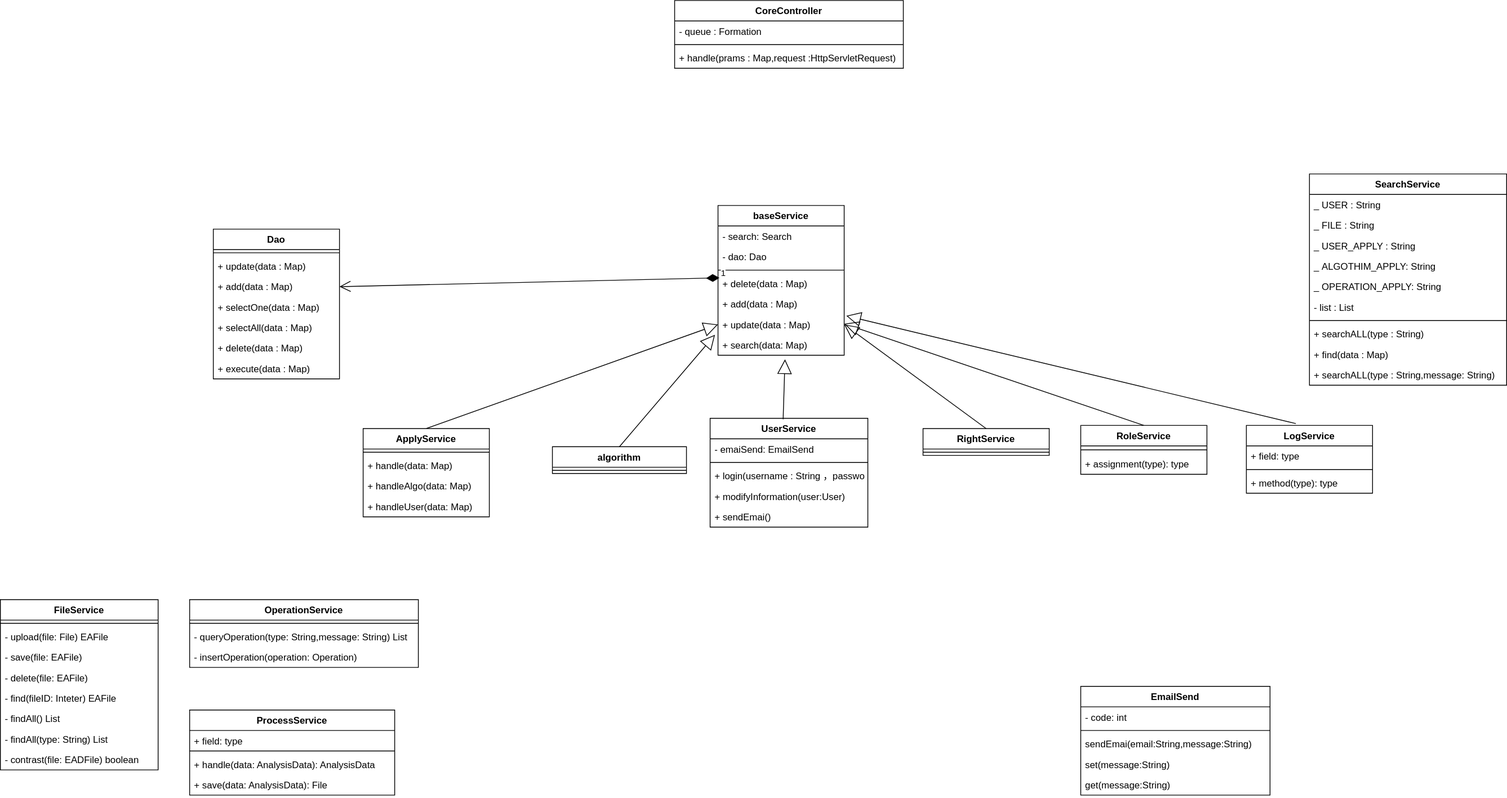
Above: structure.svg in JDsen99/UML (draw.io), before the change. Source tidied: cells renumbered, new cells last; positions are measured from the earlier drawing's top-left corner, leaving out a move shared by most shapes.
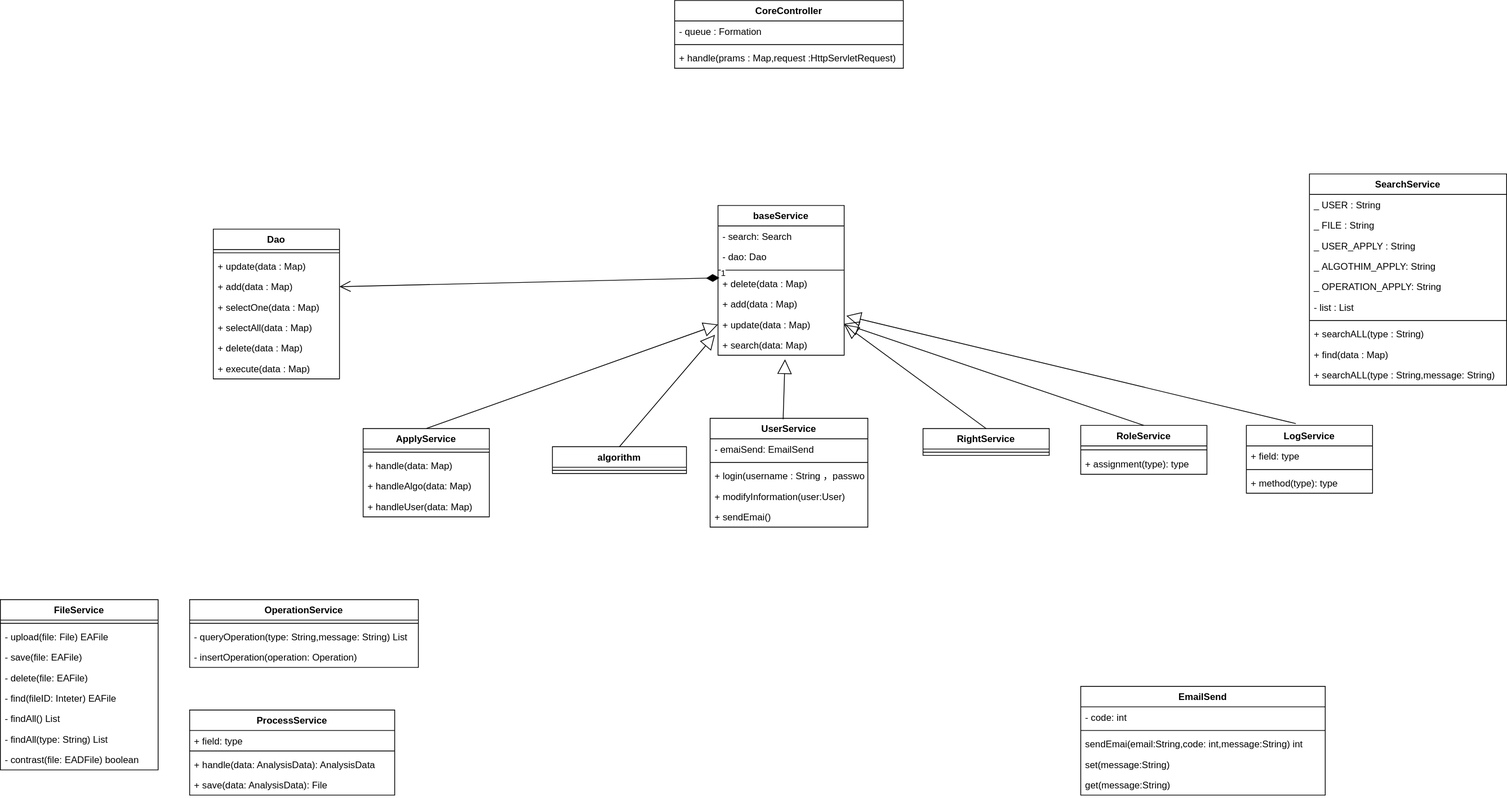
The same file after the commit.

The edit, as a diff of the source:
```diff
@@ -15,22 +15,22 @@
       <mxGeometry y="60" width="290" height="26" as="geometry" />
     </mxCell>
     <mxCell id="6" value="EmailSend" style="swimlane;fontStyle=1;align=center;verticalAlign=top;horizontal=1;startSize=26;" parent="1" vertex="1">
-      <mxGeometry x="1370" y="870" width="240" height="138" as="geometry" />
+      <mxGeometry x="1370" y="870" width="310" height="138" as="geometry" />
     </mxCell>
     <mxCell id="7" value="- code: int" style="text;strokeColor=none;fillColor=none;align=left;verticalAlign=top;spacingLeft=4;spacingRight=4;overflow=hidden;" parent="6" vertex="1">
-      <mxGeometry y="26" width="240" height="26" as="geometry" />
+      <mxGeometry y="26" width="310" height="26" as="geometry" />
     </mxCell>
     <mxCell id="8" style="line;strokeWidth=1;fillColor=none;align=left;verticalAlign=middle;spacingTop=-1;spacingLeft=3;spacingRight=3;labelPosition=right;" parent="6" vertex="1">
-      <mxGeometry y="52" width="240" height="8" as="geometry" />
+      <mxGeometry y="52" width="310" height="8" as="geometry" />
     </mxCell>
-    <mxCell id="9" value="sendEmai(email:String,message:String)" style="text;strokeColor=none;fillColor=none;align=left;verticalAlign=top;spacingLeft=4;spacingRight=4;overflow=hidden;" parent="6" vertex="1">
-      <mxGeometry y="60" width="240" height="26" as="geometry" />
+    <mxCell id="9" value="sendEmai(email:String,code: int,message:String) int" style="text;strokeColor=none;fillColor=none;align=left;verticalAlign=top;spacingLeft=4;spacingRight=4;overflow=hidden;" parent="6" vertex="1">
+      <mxGeometry y="60" width="310" height="26" as="geometry" />
     </mxCell>
     <mxCell id="10" value="set(message:String)" style="text;strokeColor=none;fillColor=none;align=left;verticalAlign=top;spacingLeft=4;spacingRight=4;overflow=hidden;" parent="6" vertex="1">
-      <mxGeometry y="86" width="240" height="26" as="geometry" />
+      <mxGeometry y="86" width="310" height="26" as="geometry" />
     </mxCell>
     <mxCell id="11" value="get(message:String)" style="text;strokeColor=none;fillColor=none;align=left;verticalAlign=top;spacingLeft=4;spacingRight=4;overflow=hidden;" parent="6" vertex="1">
-      <mxGeometry y="112" width="240" height="26" as="geometry" />
+      <mxGeometry y="112" width="310" height="26" as="geometry" />
     </mxCell>
     <mxCell id="12" value="SearchService" style="swimlane;fontStyle=1;align=center;verticalAlign=top;horizontal=1;startSize=26;shadow=0;rounded=0;sketch=0;glass=0;" parent="1" vertex="1">
       <mxGeometry x="1660" y="220" width="250" height="268" as="geometry" />
```
